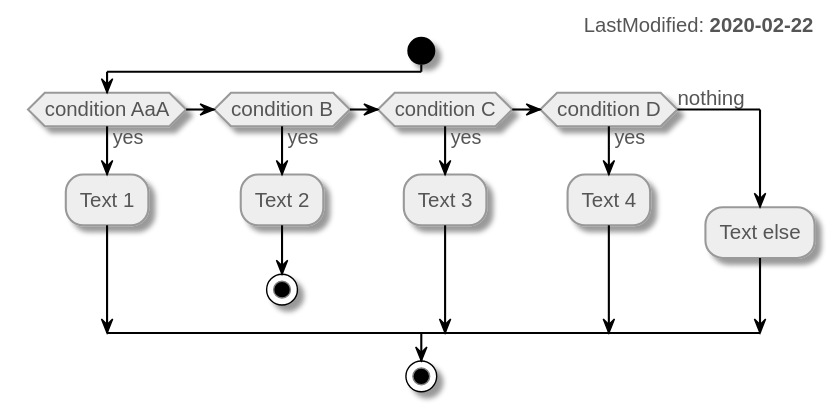
Before: activity-diagram.svg, a diagram exported from PlantUML (mawatari/example-project-uml).
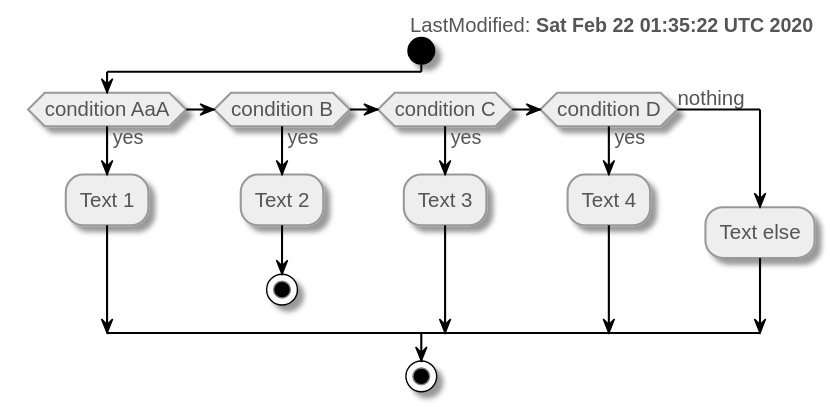
Above is the later version.

Commit message:
Automatically generated PlantUML images.

What changed in the source:
```diff
@@ -26,7 +26,7 @@
   DiamondBackgroundColor #eeeeee
   DiamondBorderColor #999999
 }
-right header LastModified: <b>2020-02-22</b>
+right header LastModified: <b>Sat Feb 22 01:35:22 UTC 2020</b>
 
 start
 if (condition AaA) then (yes)
```
